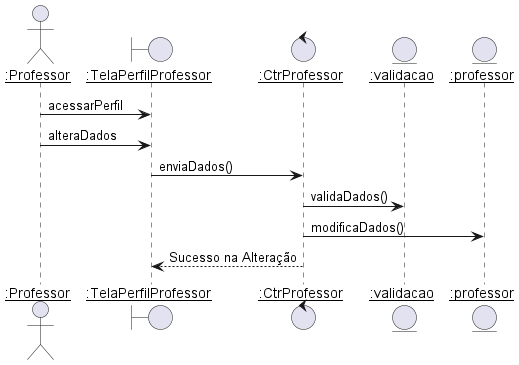
This is diagramas/sequencia/alterar_professor.png from Pedro-V/projetorium, a PlantUML export, as it was before one commit.
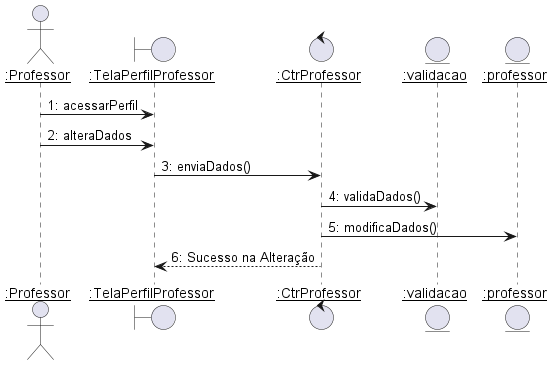
The same file after the commit.

What changed in the source:
```diff
@@ -9,12 +9,12 @@
 
 
 
-Professor -> TelaPerfilProfessor : acessarPerfil
-Professor -> TelaPerfilProfessor : alteraDados
-TelaPerfilProfessor -> CtrProfessor : enviaDados()
-CtrProfessor -> validacao: validaDados()
-CtrProfessor -> professor : modificaDados()
-CtrProfessor --> TelaPerfilProfessor --: Sucesso na Alteração
+Professor -> TelaPerfilProfessor : 1: acessarPerfil
+Professor -> TelaPerfilProfessor : 2: alteraDados
+TelaPerfilProfessor -> CtrProfessor : 3: enviaDados()
+CtrProfessor -> validacao: 4: validaDados()
+CtrProfessor -> professor : 5: modificaDados()
+CtrProfessor --> TelaPerfilProfessor --: 6: Sucesso na Alteração
 
 
 @enduml
```
